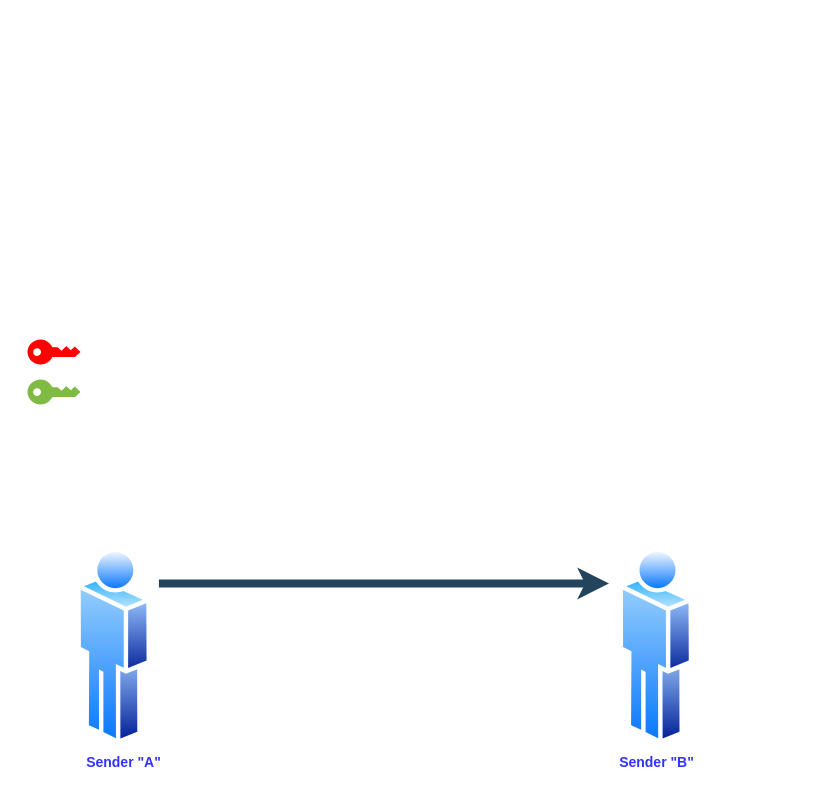
Above: page "Digital Signature" (3 of 3) of SSL-TLS.drawio in eha1661/draw.io (draw.io), before the change. Source tidied: cells renumbered, new cells numbered last; positions are measured from the earlier drawing's top-left corner, leaving out a move shared by most shapes. Both pictures are drawn from the tidied source at 100%, with x=0, y=0 at pixel (41, 325). Pictures stored in the file or linked from it are replaced by grey dashed boxes.
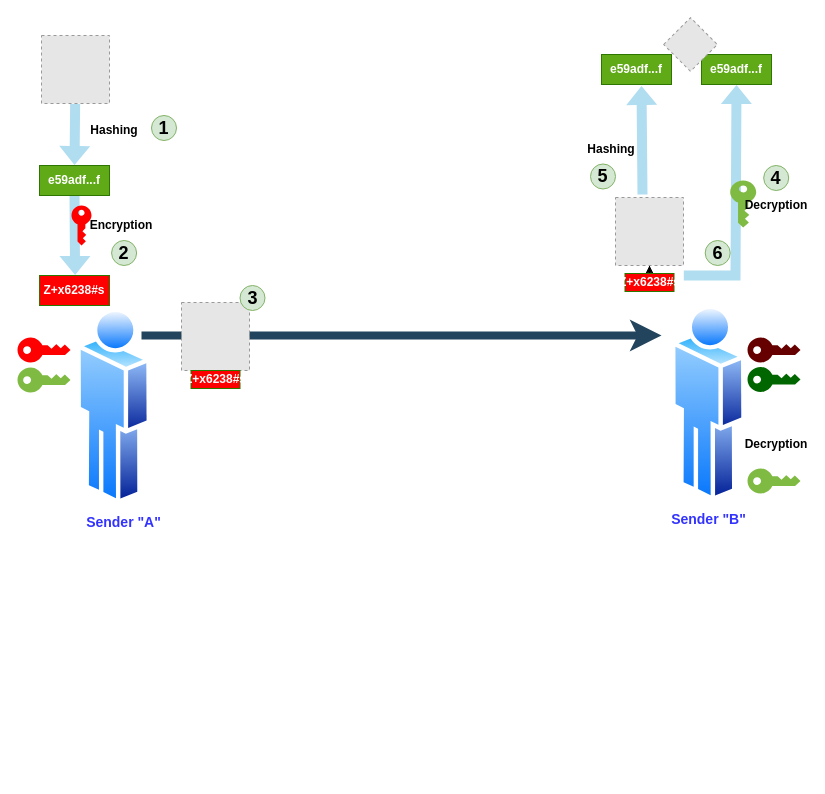
Above is the later version.

Commit message (it also covers changes not shown here):
Mettre à jour SSL-TLS.drawio

What changed in the source:
```diff
@@
     <mxCell id="2" style="endArrow=classic;html=1;rounded=0;strokeWidth=8;fillColor=#bac8d3;strokeColor=#23445d;" parent="1" edge="1">
       <mxGeometry relative="1" as="geometry">
-        <mxPoint x="117.4" y="258" as="sourcePoint" />
-        <mxPoint x="567.5" y="258" as="targetPoint" />
+        <mxPoint x="100" y="10" as="sourcePoint" />
+        <mxPoint x="620" y="10" as="targetPoint" />
       </mxGeometry>
     </mxCell>
     <mxCell id="3" style="image;perimeter=ellipsePerimeter;html=1;align=center;shadow=0;dashed=0;spacingTop=3;image=img/lib/active_directory/user.svg;" parent="1" vertex="1">
-      <mxGeometry x="35.3" y="220" width="74.7" height="202" as="geometry" />
+      <mxGeometry x="35.3" y="-20" width="74.7" height="202" as="geometry" />
     </mxCell>
     <mxCell id="4" style="image;perimeter=ellipsePerimeter;html=1;align=center;shadow=0;dashed=0;spacingTop=3;image=img/lib/active_directory/user.svg;" parent="1" vertex="1">
-      <mxGeometry x="577.5" y="220" width="74.7" height="202" as="geometry" />
+      <mxGeometry x="630" y="-23" width="74.7" height="202" as="geometry" />
     </mxCell>
     <mxCell id="5" value="&lt;b style=&quot;border-color: var(--border-color);&quot;&gt;&lt;font style=&quot;border-color: var(--border-color); font-size: 14px;&quot; color=&quot;#3333ff&quot;&gt;Sender &quot;A&quot;&lt;/font&gt;&lt;/b&gt;" style="text;html=1;strokeColor=none;fillColor=none;align=center;verticalAlign=middle;whiteSpace=wrap;rounded=0;" parent="1" vertex="1">
-      <mxGeometry x="35.3" y="422" width="94.7" height="30" as="geometry" />
+      <mxGeometry x="35.3" y="182" width="94.7" height="30" as="geometry" />
     </mxCell>
     <mxCell id="6" value="&lt;b style=&quot;border-color: var(--border-color);&quot;&gt;&lt;font style=&quot;border-color: var(--border-color); font-size: 14px;&quot; color=&quot;#3333ff&quot;&gt;Sender &quot;B&quot;&lt;/font&gt;&lt;/b&gt;" style="text;html=1;strokeColor=none;fillColor=none;align=center;verticalAlign=middle;whiteSpace=wrap;rounded=0;" parent="1" vertex="1">
-      <mxGeometry x="567.5" y="422" width="94.7" height="30" as="geometry" />
+      <mxGeometry x="620" y="179" width="94.7" height="30" as="geometry" />
     </mxCell>
     <mxCell id="7" style="sketch=0;shadow=0;dashed=0;html=1;strokeColor=none;labelPosition=center;verticalLabelPosition=bottom;verticalAlign=top;align=center;shape=mxgraph.office.security.key_permissions;fillColor=#FF0000;rotation=-90;" parent="1" vertex="1">
-      <mxGeometry width="25" height="53" as="geometry" />
+      <mxGeometry x="-10" y="-2" width="25" height="53" as="geometry" />
     </mxCell>
     <mxCell id="8" style="sketch=0;shadow=0;dashed=0;html=1;strokeColor=none;labelPosition=center;verticalLabelPosition=bottom;verticalAlign=top;align=center;shape=mxgraph.office.security.key_permissions;fillColor=#7FBA42;rotation=-90;" parent="1" vertex="1">
-      <mxGeometry y="40" width="25" height="53" as="geometry" />
+      <mxGeometry x="-10" y="28" width="25" height="53" as="geometry" />
     </mxCell>
+    <mxCell id="9" style="fillColor=#E6E6E6;strokeColor=#999999;dashed=1;html=1;verticalAlign=top;verticalLabelPosition=bottom;labelBackgroundColor=#ffffff;" parent="1" vertex="1">
+      <mxGeometry y="-290" width="68" height="68" as="geometry" />
+    </mxCell>
+    <mxCell id="10" value="&lt;b&gt;Hashing&lt;/b&gt;" style="text;html=1;strokeColor=none;fillColor=none;align=center;verticalAlign=middle;whiteSpace=wrap;rounded=0;" parent="1" vertex="1">
+      <mxGeometry x="42.6" y="-210" width="60" height="30" as="geometry" />
+    </mxCell>
+    <mxCell id="11" value="&lt;b&gt;e59adf...f&lt;/b&gt;" style="rounded=0;whiteSpace=wrap;html=1;fillColor=#60a917;fontColor=#ffffff;strokeColor=#2D7600;" parent="1" vertex="1">
+      <mxGeometry x="-2" y="-160" width="70" height="30" as="geometry" />
+    </mxCell>
+    <mxCell id="12" style="shape=flexArrow;endArrow=classic;html=1;rounded=0;fillColor=#b1ddf0;strokeColor=none;strokeWidth=1;entryX=0.5;entryY=0;entryDx=0;entryDy=0;" parent="1" edge="1" source="9" target="11">
+      <mxGeometry relative="1" as="geometry" />
+    </mxCell>
+    <mxCell id="13" value="&lt;b&gt;Z+x6238#s&lt;/b&gt;" style="rounded=0;whiteSpace=wrap;html=1;fillColor=#FF0000;fontColor=#ffffff;strokeColor=#2D7600;" parent="1" vertex="1">
+      <mxGeometry x="-2" y="-50" width="70" height="30" as="geometry" />
+    </mxCell>
+    <mxCell id="14" style="shape=flexArrow;endArrow=classic;html=1;rounded=0;fillColor=#b1ddf0;strokeColor=none;strokeWidth=1;exitX=0.5;exitY=1;exitDx=0;exitDy=0;" parent="1" edge="1" source="11">
+      <mxGeometry relative="1" as="geometry">
+        <mxPoint x="33.6" y="-50" as="targetPoint" />
+      </mxGeometry>
+    </mxCell>
+    <mxCell id="15" style="sketch=0;shadow=0;dashed=0;html=1;strokeColor=none;labelPosition=center;verticalLabelPosition=bottom;verticalAlign=top;align=center;shape=mxgraph.office.security.key_permissions;fillColor=#FF0000;rotation=0;" parent="1" vertex="1">
+      <mxGeometry x="30" y="-120" width="20" height="40" as="geometry" />
+    </mxCell>
+    <mxCell id="16" value="&lt;b&gt;Encryption&lt;/b&gt;" style="text;html=1;strokeColor=none;fillColor=none;align=center;verticalAlign=middle;whiteSpace=wrap;rounded=0;" parent="1" vertex="1">
+      <mxGeometry x="50" y="-115" width="60" height="30" as="geometry" />
+    </mxCell>
+    <mxCell id="17" style="fillColor=#E6E6E6;strokeColor=#999999;dashed=1;html=1;verticalAlign=top;verticalLabelPosition=bottom;labelBackgroundColor=#ffffff;" parent="1" vertex="1">
+      <mxGeometry x="140" y="-23" width="68" height="68" as="geometry" />
+    </mxCell>
+    <mxCell id="18" value="&lt;b&gt;Z+x6238#s&lt;/b&gt;" style="rounded=0;whiteSpace=wrap;html=1;fillColor=#FF0000;fontColor=#ffffff;strokeColor=#2D7600;" parent="1" vertex="1">
+      <mxGeometry x="149.5" y="45" width="49" height="18" as="geometry" />
+    </mxCell>
+    <mxCell id="19" value="&lt;font style=&quot;font-size: 18px;&quot;&gt;&lt;b style=&quot;&quot;&gt;1&lt;/b&gt;&lt;/font&gt;" style="ellipse;whiteSpace=wrap;html=1;fillColor=#d5e8d4;strokeColor=#82b366;" parent="1" vertex="1">
+      <mxGeometry x="110" y="-210" width="25" height="25" as="geometry" />
+    </mxCell>
+    <mxCell id="20" value="&lt;font style=&quot;font-size: 18px;&quot;&gt;&lt;b style=&quot;&quot;&gt;2&lt;/b&gt;&lt;/font&gt;" style="ellipse;whiteSpace=wrap;html=1;fillColor=#d5e8d4;strokeColor=#82b366;" parent="1" vertex="1">
+      <mxGeometry x="70.1" y="-85" width="25" height="25" as="geometry" />
+    </mxCell>
+    <mxCell id="21" value="&lt;font style=&quot;font-size: 18px;&quot;&gt;&lt;b style=&quot;&quot;&gt;3&lt;/b&gt;&lt;/font&gt;" style="ellipse;whiteSpace=wrap;html=1;fillColor=#d5e8d4;strokeColor=#82b366;" parent="1" vertex="1">
+      <mxGeometry x="198.5" y="-40" width="25" height="25" as="geometry" />
+    </mxCell>
+    <mxCell id="22" style="sketch=0;shadow=0;dashed=0;html=1;strokeColor=none;labelPosition=center;verticalLabelPosition=bottom;verticalAlign=top;align=center;shape=mxgraph.office.security.key_permissions;fillColor=#660000;rotation=-90;" parent="1" vertex="1">
+      <mxGeometry x="720" y="-2" width="25" height="53" as="geometry" />
+    </mxCell>
+    <mxCell id="23" style="sketch=0;shadow=0;dashed=0;html=1;strokeColor=none;labelPosition=center;verticalLabelPosition=bottom;verticalAlign=top;align=center;shape=mxgraph.office.security.key_permissions;fillColor=#006600;rotation=-90;" parent="1" vertex="1">
+      <mxGeometry x="720" y="27.5" width="25" height="53" as="geometry" />
+    </mxCell>
+    <mxCell id="24" style="sketch=0;shadow=0;dashed=0;html=1;strokeColor=none;labelPosition=center;verticalLabelPosition=bottom;verticalAlign=top;align=center;shape=mxgraph.office.security.key_permissions;fillColor=#7FBA42;rotation=-90;" parent="1" vertex="1">
+      <mxGeometry x="720" y="129" width="25" height="53" as="geometry" />
+    </mxCell>
+    <mxCell id="25" style="edgeStyle=orthogonalEdgeStyle;rounded=0;jettySize=auto;html=1;" parent="1" edge="1" source="26" target="27">
+      <mxGeometry relative="1" as="geometry" />
+    </mxCell>
+    <mxCell id="26" value="&lt;b&gt;Z+x6238#s&lt;/b&gt;" style="rounded=0;whiteSpace=wrap;html=1;fillColor=#FF0000;fontColor=#ffffff;strokeColor=#2D7600;" parent="1" vertex="1">
+      <mxGeometry x="583.5" y="-52" width="49" height="18" as="geometry" />
+    </mxCell>
+    <mxCell id="27" style="fillColor=#E6E6E6;strokeColor=#999999;dashed=1;html=1;verticalAlign=top;verticalLabelPosition=bottom;labelBackgroundColor=#ffffff;" parent="1" vertex="1">
+      <mxGeometry x="574" y="-128" width="68" height="68" as="geometry" />
+    </mxCell>
+    <mxCell id="28" style="shape=flexArrow;endArrow=classic;html=1;rounded=0;fillColor=#b1ddf0;strokeColor=none;strokeWidth=1;entryX=0.5;entryY=1;entryDx=0;entryDy=0;" parent="1" edge="1" target="31">
+      <mxGeometry relative="1" as="geometry">
+        <mxPoint x="641.8" y="-50" as="sourcePoint" />
+        <Array as="points">
+          <mxPoint x="694" y="-50" />
+        </Array>
+      </mxGeometry>
+    </mxCell>
+    <mxCell id="29" style="sketch=0;shadow=0;dashed=0;html=1;strokeColor=none;labelPosition=center;verticalLabelPosition=bottom;verticalAlign=top;align=center;shape=mxgraph.office.security.key_permissions;fillColor=#7FBA42;rotation=0;" parent="1" vertex="1">
+      <mxGeometry x="688.7" y="-145" width="26" height="47" as="geometry" />
+    </mxCell>
+    <mxCell id="30" value="&lt;b&gt;Decryption&lt;/b&gt;" style="text;html=1;strokeColor=none;fillColor=none;align=center;verticalAlign=middle;whiteSpace=wrap;rounded=0;" parent="1" vertex="1">
+      <mxGeometry x="704.7" y="103.5" width="60" height="30" as="geometry" />
+    </mxCell>
+    <mxCell id="31" value="&lt;b&gt;e59adf...f&lt;/b&gt;" style="rounded=0;whiteSpace=wrap;html=1;fillColor=#60a917;fontColor=#ffffff;strokeColor=#2D7600;" parent="1" vertex="1">
+      <mxGeometry x="660" y="-271" width="70" height="30" as="geometry" />
+    </mxCell>
+    <mxCell id="32" style="shape=flexArrow;endArrow=classic;html=1;rounded=0;fillColor=#b1ddf0;strokeColor=none;strokeWidth=1;" parent="1" edge="1">
+      <mxGeometry relative="1" as="geometry">
+        <mxPoint x="601" y="-130.5" as="sourcePoint" />
+        <mxPoint x="600" y="-240" as="targetPoint" />
+      </mxGeometry>
+    </mxCell>
+    <mxCell id="33" value="&lt;b&gt;Hashing&lt;/b&gt;" style="text;html=1;strokeColor=none;fillColor=none;align=center;verticalAlign=middle;whiteSpace=wrap;rounded=0;" parent="1" vertex="1">
+      <mxGeometry x="540" y="-191.5" width="60" height="30" as="geometry" />
+    </mxCell>
+    <mxCell id="34" value="&lt;b&gt;e59adf...f&lt;/b&gt;" style="rounded=0;whiteSpace=wrap;html=1;fillColor=#60a917;fontColor=#ffffff;strokeColor=#2D7600;" parent="1" vertex="1">
+      <mxGeometry x="560" y="-271" width="70" height="30" as="geometry" />
+    </mxCell>
+    <mxCell id="35" value="&lt;font style=&quot;font-size: 18px;&quot;&gt;&lt;b style=&quot;&quot;&gt;4&lt;/b&gt;&lt;/font&gt;" style="ellipse;whiteSpace=wrap;html=1;fillColor=#d5e8d4;strokeColor=#82b366;" parent="1" vertex="1">
+      <mxGeometry x="722.2" y="-160" width="25" height="25" as="geometry" />
+    </mxCell>
+    <mxCell id="36" value="&lt;font style=&quot;font-size: 18px;&quot;&gt;&lt;b style=&quot;&quot;&gt;5&lt;/b&gt;&lt;/font&gt;" style="ellipse;whiteSpace=wrap;html=1;fillColor=#d5e8d4;strokeColor=#82b366;" parent="1" vertex="1">
+      <mxGeometry x="549" y="-161.5" width="25" height="25" as="geometry" />
+    </mxCell>
+    <mxCell id="37" style="fillColor=#E6E6E6;strokeColor=#999999;dashed=1;html=1;verticalAlign=top;verticalLabelPosition=bottom;labelBackgroundColor=#ffffff;rotation=-45;" parent="1" vertex="1">
+      <mxGeometry x="630" y="-300" width="38" height="38" as="geometry" />
+    </mxCell>
+    <mxCell id="38" value="&lt;font style=&quot;font-size: 18px;&quot;&gt;&lt;b style=&quot;&quot;&gt;6&lt;/b&gt;&lt;/font&gt;" style="ellipse;whiteSpace=wrap;html=1;fillColor=#d5e8d4;strokeColor=#82b366;" parent="1" vertex="1">
+      <mxGeometry x="663.7" y="-85" width="25" height="25" as="geometry" />
+    </mxCell>
+    <mxCell id="39" value="&lt;b&gt;Decryption&lt;/b&gt;" style="text;html=1;strokeColor=none;fillColor=none;align=center;verticalAlign=middle;whiteSpace=wrap;rounded=0;" parent="1" vertex="1">
+      <mxGeometry x="704.7" y="-135" width="60" height="30" as="geometry" />
+    </mxCell>
```
